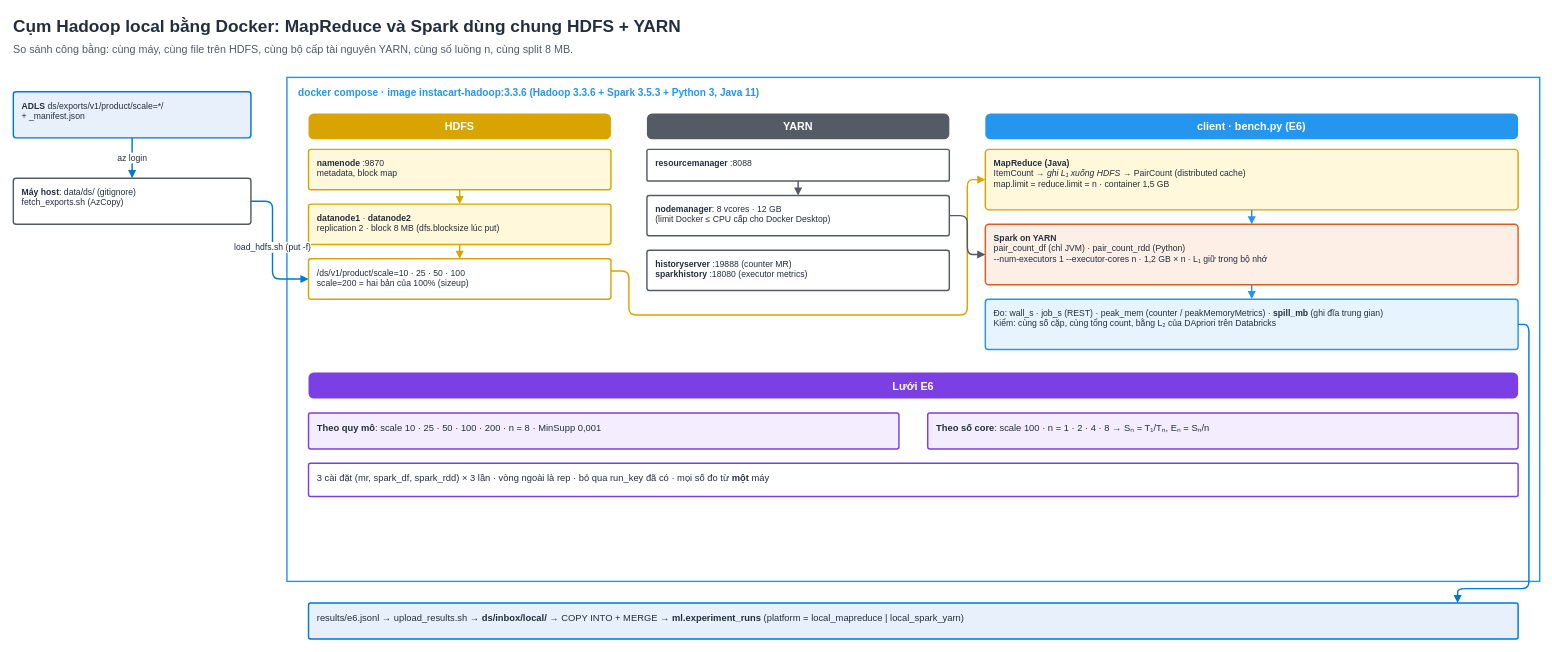
Earlier version of the draw.io diagram page "Hadoop local" (3 of 4) of docs/ds/diagrams/ds_diagrams.drawio (HoaiTam/ETL_Azure_Databricks). Source tidied: cells renumbered, new cells numbered last; positions are measured from the earlier drawing's top-left corner, leaving out a move shared by most shapes. Both pictures are drawn from the tidied source at 72%, with x=0, y=0 at pixel (13, 12).
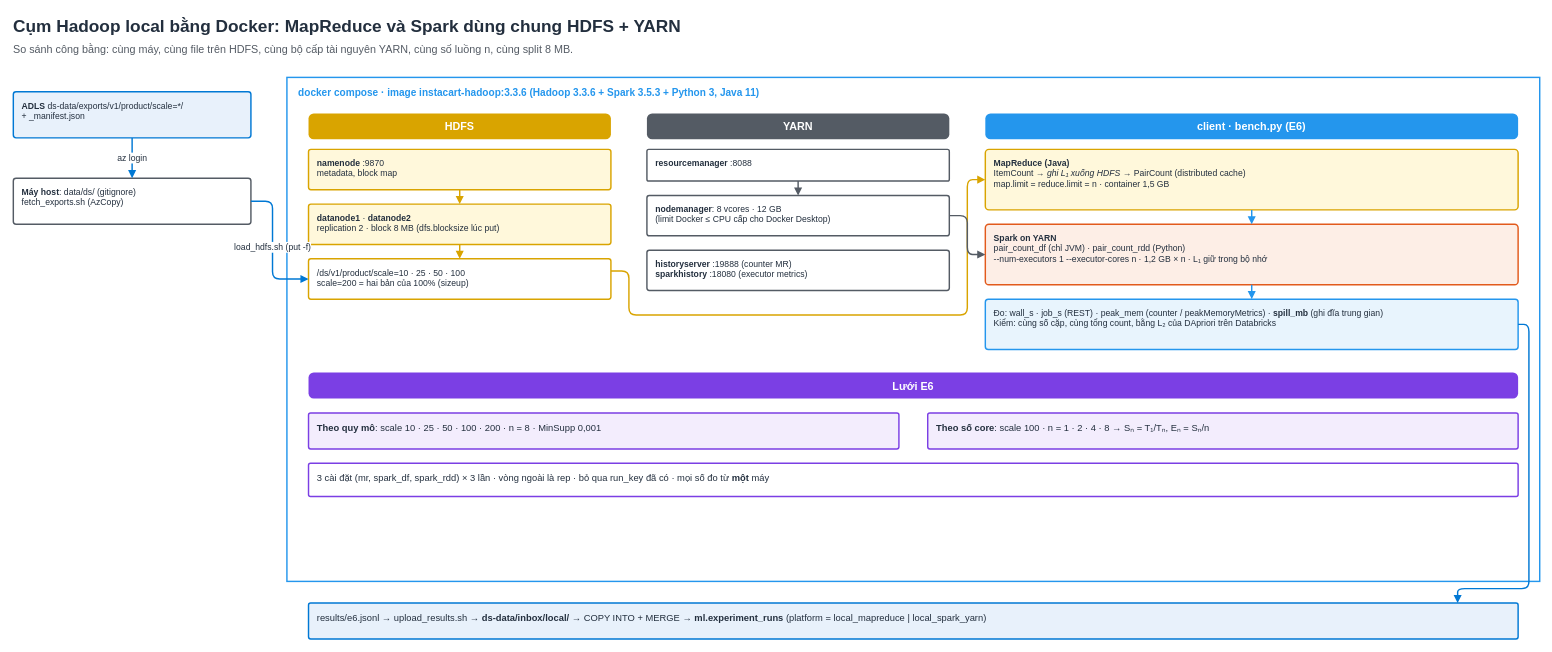
Above is the later version.

What changed in the source:
```diff
@@
-    <mxCell id="4" value="&lt;b&gt;ADLS&lt;/b&gt; ds/exports/v1/product/scale=*/&lt;br&gt;+ _manifest.json" style="rounded=1;arcSize=6;whiteSpace=wrap;html=1;fillColor=#E8F1FB;strokeColor=#0078D4;strokeWidth=2;align=left;verticalAlign=top;spacingLeft=10;spacingTop=6;spacingRight=6;fontSize=12;fontColor=#232F3E;" parent="1" vertex="1">
+    <mxCell id="4" value="&lt;b&gt;ADLS&lt;/b&gt; ds-data/exports/v1/product/scale=*/&lt;br&gt;+ _manifest.json" style="rounded=1;arcSize=6;whiteSpace=wrap;html=1;fillColor=#E8F1FB;strokeColor=#0078D4;strokeWidth=2;align=left;verticalAlign=top;spacingLeft=10;spacingTop=6;spacingRight=6;fontSize=12;fontColor=#232F3E;" parent="1" vertex="1">
       <mxGeometry y="110" width="330" height="64" as="geometry" />
     </mxCell>
@@
-    <mxCell id="32" value="results/e6.jsonl → upload_results.sh → &lt;b&gt;ds/inbox/local/&lt;/b&gt; → COPY INTO + MERGE → &lt;b&gt;ml.experiment_runs&lt;/b&gt; (platform = local_mapreduce | local_spark_yarn)" style="rounded=1;arcSize=6;whiteSpace=wrap;html=1;fillColor=#E8F1FB;strokeColor=#0078D4;strokeWidth=2;align=left;verticalAlign=top;spacingLeft=10;spacingTop=6;spacingRight=6;fontSize=13;fontColor=#232F3E;" parent="1" vertex="1">
+    <mxCell id="32" value="results/e6.jsonl → upload_results.sh → &lt;b&gt;ds-data/inbox/local/&lt;/b&gt; → COPY INTO + MERGE → &lt;b&gt;ml.experiment_runs&lt;/b&gt; (platform = local_mapreduce | local_spark_yarn)" style="rounded=1;arcSize=6;whiteSpace=wrap;html=1;fillColor=#E8F1FB;strokeColor=#0078D4;strokeWidth=2;align=left;verticalAlign=top;spacingLeft=10;spacingTop=6;spacingRight=6;fontSize=13;fontColor=#232F3E;" parent="1" vertex="1">
       <mxGeometry x="410" y="820" width="1680" height="50" as="geometry" />
     </mxCell>
```
